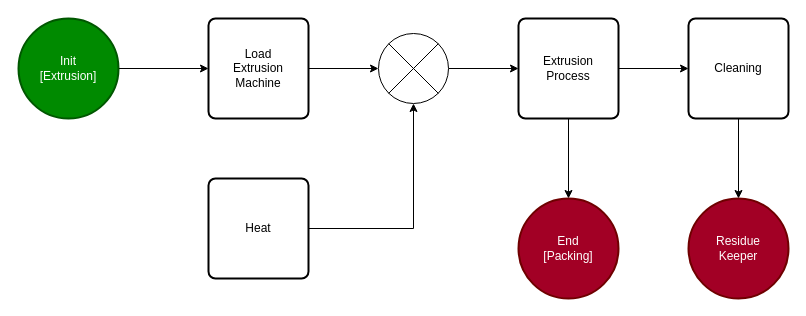
Above: page "Extrusion_Process" (3 of 5) of Soap_Factory.drawio in hrosan/Teste (draw.io), before the change. Source tidied: cells renumbered, new cells numbered last; positions are measured from the earlier drawing's top-left corner, leaving out a move shared by most shapes. Both pictures are drawn from the tidied source at 100%, with x=0, y=0 at pixel (18, 18).
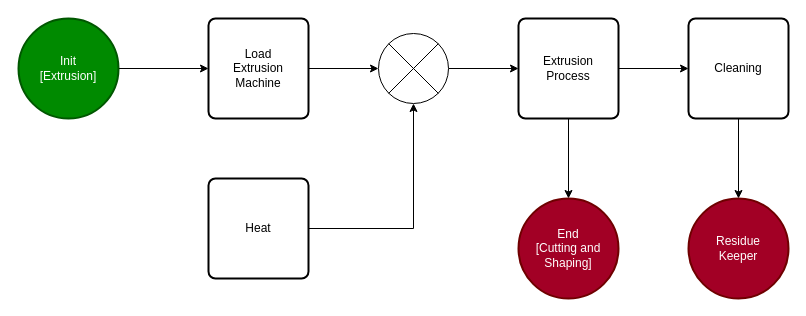
Above is the later version.

Commit message:
Added the cutting and shaping process flowchart

Change to the diagram source:
```diff
@@
 <mxGraphModel>
   <root>
     <mxCell id="0" />
     <mxCell id="1" parent="0" />
     <mxCell id="2" style="edgeStyle=orthogonalEdgeStyle;rounded=0;jettySize=auto;html=1;" parent="1" edge="1" source="3" target="5">
       <mxGeometry relative="1" as="geometry" />
     </mxCell>
     <mxCell id="3" value="Init&lt;br&gt;[Extrusion]" style="strokeWidth=2;html=1;shape=mxgraph.flowchart.start_2;whiteSpace=wrap;fillColor=#008a00;fontColor=#ffffff;strokeColor=#005700;" parent="1" vertex="1">
       <mxGeometry width="100" height="100" as="geometry" />
     </mxCell>
     <mxCell id="4" style="edgeStyle=orthogonalEdgeStyle;rounded=0;jettySize=auto;html=1;" parent="1" edge="1" source="5" target="9">
       <mxGeometry relative="1" as="geometry" />
     </mxCell>
     <mxCell id="5" value="Load&lt;br&gt;Extrusion Machine" style="rounded=1;whiteSpace=wrap;html=1;absoluteArcSize=1;arcSize=14;strokeWidth=2;" parent="1" vertex="1">
       <mxGeometry x="190" width="100" height="100" as="geometry" />
     </mxCell>
     <mxCell id="6" style="edgeStyle=orthogonalEdgeStyle;rounded=0;jettySize=auto;html=1;entryX=0.5;entryY=1;entryDx=0;entryDy=0;entryPerimeter=0;" parent="1" edge="1" source="7" target="9">
       <mxGeometry relative="1" as="geometry" />
     </mxCell>
     <mxCell id="7" value="Heat" style="rounded=1;whiteSpace=wrap;html=1;absoluteArcSize=1;arcSize=14;strokeWidth=2;" parent="1" vertex="1">
       <mxGeometry x="190" y="160" width="100" height="100" as="geometry" />
     </mxCell>
     <mxCell id="8" style="edgeStyle=orthogonalEdgeStyle;rounded=0;jettySize=auto;html=1;" parent="1" edge="1" source="9" target="12">
       <mxGeometry relative="1" as="geometry" />
     </mxCell>
     <mxCell id="9" style="verticalLabelPosition=bottom;verticalAlign=top;html=1;shape=mxgraph.flowchart.or;" parent="1" vertex="1">
       <mxGeometry x="360" y="15" width="70" height="70" as="geometry" />
     </mxCell>
     <mxCell id="10" style="edgeStyle=orthogonalEdgeStyle;rounded=0;jettySize=auto;html=1;" parent="1" edge="1" source="12" target="14">
       <mxGeometry relative="1" as="geometry" />
     </mxCell>
     <mxCell id="11" style="edgeStyle=orthogonalEdgeStyle;rounded=0;jettySize=auto;html=1;" parent="1" edge="1" source="12" target="15">
       <mxGeometry relative="1" as="geometry" />
     </mxCell>
     <mxCell id="12" value="Extrusion&lt;br&gt;Process" style="rounded=1;whiteSpace=wrap;html=1;absoluteArcSize=1;arcSize=14;strokeWidth=2;" parent="1" vertex="1">
       <mxGeometry x="500" width="100" height="100" as="geometry" />
     </mxCell>
     <mxCell id="13" style="edgeStyle=orthogonalEdgeStyle;rounded=0;jettySize=auto;html=1;" parent="1" edge="1" source="14" target="16">
       <mxGeometry relative="1" as="geometry" />
     </mxCell>
     <mxCell id="14" value="Cleaning" style="rounded=1;whiteSpace=wrap;html=1;absoluteArcSize=1;arcSize=14;strokeWidth=2;" parent="1" vertex="1">
       <mxGeometry x="670" width="100" height="100" as="geometry" />
     </mxCell>
-    <mxCell id="15" value="End&lt;br&gt;[Packing]" style="strokeWidth=2;html=1;shape=mxgraph.flowchart.start_2;whiteSpace=wrap;fillColor=#a20025;fontColor=#ffffff;strokeColor=#6F0000;" parent="1" vertex="1">
+    <mxCell id="15" value="End&lt;br&gt;[Cutting and Shaping]" style="strokeWidth=2;html=1;shape=mxgraph.flowchart.start_2;whiteSpace=wrap;fillColor=#a20025;fontColor=#ffffff;strokeColor=#6F0000;" parent="1" vertex="1">
       <mxGeometry x="500" y="180" width="100" height="100" as="geometry" />
     </mxCell>
     <mxCell id="16" value="Residue&lt;br&gt;Keeper" style="strokeWidth=2;html=1;shape=mxgraph.flowchart.start_2;whiteSpace=wrap;fillColor=#a20025;fontColor=#ffffff;strokeColor=#6F0000;" parent="1" vertex="1">
       <mxGeometry x="670" y="180" width="100" height="100" as="geometry" />
     </mxCell>
   </root>
 </mxGraphModel>
```
